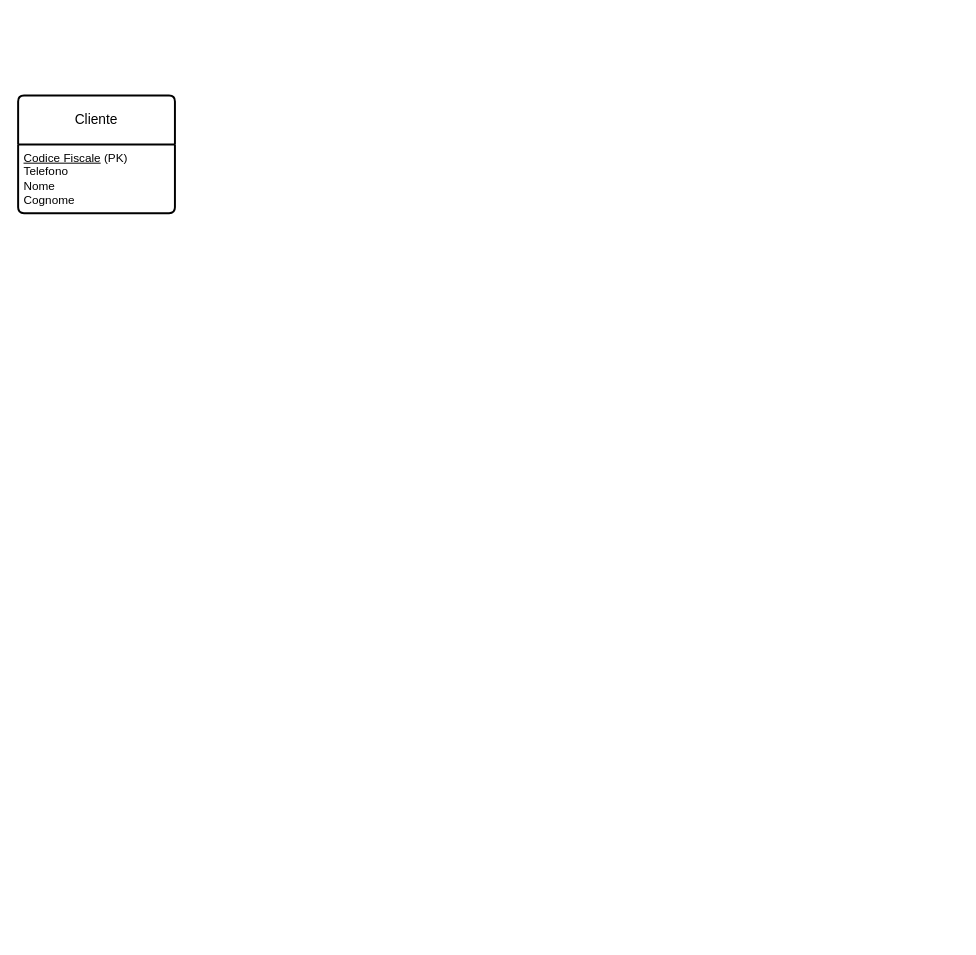
This is Officina/Diagramma senza titolo.drawio from AntoBorza/Progetti-Quinta, a draw.io file, before an edit. Source tidied: cells renumbered, new cells numbered last; positions are measured from the earlier drawing's top-left corner, leaving out a move shared by most shapes. Both pictures are drawn from the tidied source at 98%, with x=0, y=0 at pixel (18, 95).
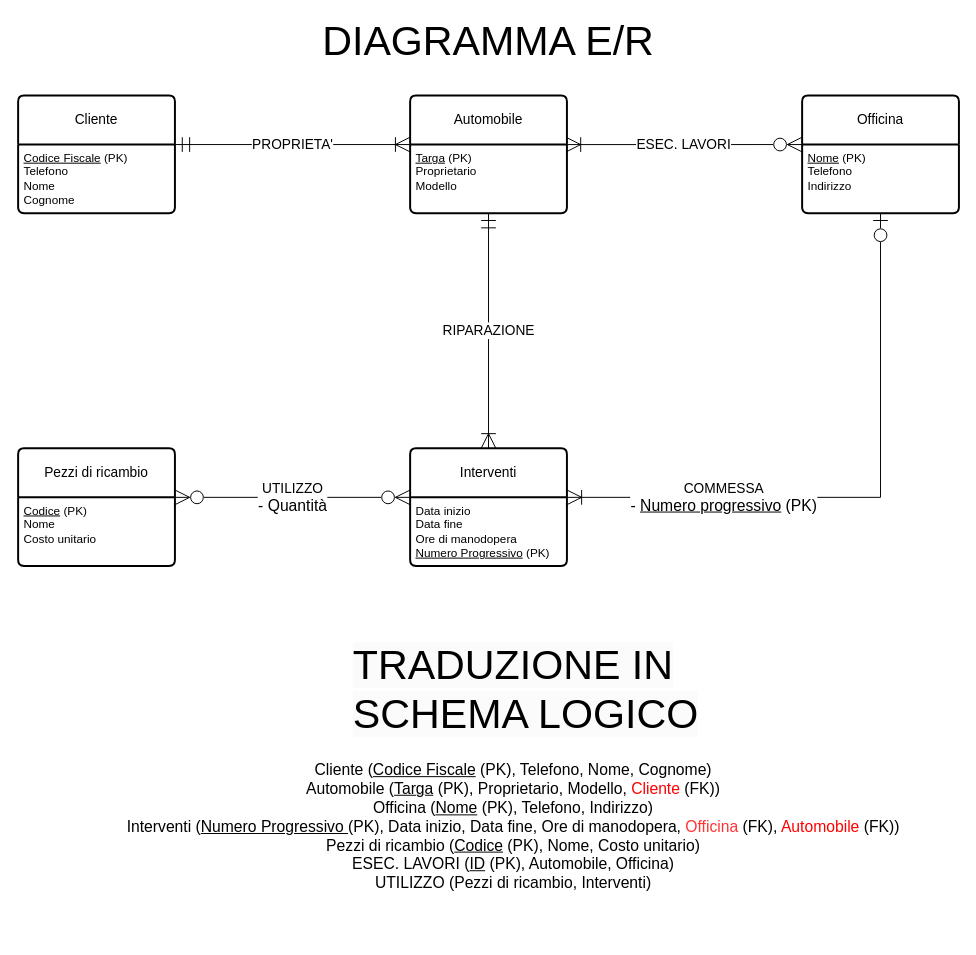
The same page after the edit.

The change refers to these unchanged cells:
```xml
<mxCell id="3" value="&lt;u&gt;Codice Fiscale&lt;/u&gt; (PK)&lt;div&gt;Telefono&lt;/div&gt;&lt;div&gt;Nome&lt;/div&gt;&lt;div&gt;Cognome&lt;/div&gt;" style="align=left;strokeColor=none;fillColor=none;spacingLeft=4;fontSize=12;verticalAlign=top;html=1;" parent="2" vertex="1">
  <mxGeometry y="50" width="160" height="70" as="geometry" />
</mxCell>
```

What changed in the source:
```diff
@@
+    <mxCell id="4" value="Automobile" style="swimlane;horizontal=1;startSize=50;rounded=1;fontSize=14;fontStyle=0;strokeWidth=2;shadow=0;dashed=0;align=center;arcSize=4;whiteSpace=wrap;html=1;" parent="1" vertex="1">
+      <mxGeometry x="400" width="160" height="120" as="geometry" />
+    </mxCell>
+    <mxCell id="5" value="&lt;u&gt;Targa&lt;/u&gt; (PK)&lt;div&gt;Proprietario&lt;/div&gt;&lt;div&gt;Modello&lt;/div&gt;" style="align=left;strokeColor=none;fillColor=none;spacingLeft=4;fontSize=12;verticalAlign=top;html=1;" parent="4" vertex="1">
+      <mxGeometry y="50" width="160" height="70" as="geometry" />
+    </mxCell>
+    <mxCell id="6" value="Officina" style="swimlane;horizontal=1;startSize=50;rounded=1;fontSize=14;fontStyle=0;strokeWidth=2;shadow=0;dashed=0;align=center;arcSize=4;whiteSpace=wrap;html=1;" parent="1" vertex="1">
+      <mxGeometry x="800" width="160" height="120" as="geometry" />
+    </mxCell>
+    <mxCell id="7" value="&lt;u&gt;Nome&lt;/u&gt; (PK)&lt;div&gt;Telefono&lt;/div&gt;&lt;div&gt;Indirizzo&lt;/div&gt;" style="align=left;strokeColor=none;fillColor=none;spacingLeft=4;fontSize=12;verticalAlign=top;html=1;" parent="6" vertex="1">
+      <mxGeometry y="50" width="160" height="70" as="geometry" />
+    </mxCell>
+    <mxCell id="8" value="&lt;font style=&quot;font-size: 14px;&quot;&gt;PROPRIETA'&lt;/font&gt;" style="endArrow=ERoneToMany;html=1;rounded=0;exitX=1;exitY=0;exitDx=0;exitDy=0;entryX=0;entryY=0;entryDx=0;entryDy=0;startArrow=ERmandOne;startFill=0;sourcePerimeterSpacing=0;startSize=13;endFill=0;endSize=13;" parent="1" edge="1" source="3" target="5">
+      <mxGeometry relative="1" as="geometry" />
+    </mxCell>
+    <mxCell id="9" value="&lt;font style=&quot;font-size: 14px;&quot;&gt;ESEC. LAVORI&lt;/font&gt;" style="endArrow=ERzeroToMany;html=1;rounded=0;exitX=0.994;exitY=0.417;exitDx=0;exitDy=0;exitPerimeter=0;entryX=0;entryY=0;entryDx=0;entryDy=0;endSize=13;startSize=13;endFill=0;startArrow=ERoneToMany;startFill=0;" parent="1" edge="1" source="4" target="7">
+      <mxGeometry relative="1" as="geometry" />
+    </mxCell>
+    <mxCell id="10" value="Interventi" style="swimlane;horizontal=1;startSize=50;rounded=1;fontSize=14;fontStyle=0;strokeWidth=2;shadow=0;dashed=0;align=center;arcSize=4;whiteSpace=wrap;html=1;" parent="1" vertex="1">
+      <mxGeometry x="400" y="360" width="160" height="120" as="geometry" />
+    </mxCell>
+    <mxCell id="11" value="Data inizio&lt;div&gt;Data fine&lt;/div&gt;&lt;div&gt;Ore di manodopera&lt;/div&gt;&lt;div&gt;&lt;u&gt;Numero Progressivo&lt;/u&gt; (PK)&lt;/div&gt;" style="align=left;strokeColor=none;fillColor=none;spacingLeft=4;fontSize=12;verticalAlign=top;html=1;" parent="10" vertex="1">
+      <mxGeometry y="50" width="160" height="70" as="geometry" />
+    </mxCell>
+    <mxCell id="12" value="&lt;font style=&quot;font-size: 14px;&quot;&gt;RIPARAZIONE&lt;/font&gt;" style="endArrow=ERoneToMany;html=1;rounded=0;exitX=0.5;exitY=1;exitDx=0;exitDy=0;entryX=0.5;entryY=0;entryDx=0;entryDy=0;endSize=13;startSize=13;endFill=0;startArrow=ERmandOne;startFill=0;" parent="1" edge="1" source="5" target="10">
+      <mxGeometry relative="1" as="geometry" />
+    </mxCell>
+    <mxCell id="13" value="Pezzi di ricambio" style="swimlane;horizontal=1;startSize=50;rounded=1;fontSize=14;fontStyle=0;strokeWidth=2;shadow=0;dashed=0;align=center;arcSize=4;whiteSpace=wrap;html=1;" parent="1" vertex="1">
+      <mxGeometry y="360" width="160" height="120" as="geometry" />
+    </mxCell>
+    <mxCell id="14" value="&lt;u&gt;Codice&lt;/u&gt; (PK)&lt;div&gt;Nome&lt;/div&gt;&lt;div&gt;Costo unitario&lt;/div&gt;" style="align=left;strokeColor=none;fillColor=none;spacingLeft=4;fontSize=12;verticalAlign=top;html=1;" parent="13" vertex="1">
+      <mxGeometry y="50" width="160" height="70" as="geometry" />
+    </mxCell>
+    <mxCell id="15" value="&lt;font style=&quot;font-size: 14px;&quot;&gt;UTILIZZO&lt;/font&gt;&lt;div&gt;&lt;font size=&quot;3&quot;&gt;- Quantità&lt;/font&gt;&lt;/div&gt;" style="endArrow=ERzeroToMany;html=1;rounded=0;exitX=1;exitY=0;exitDx=0;exitDy=0;entryX=0;entryY=0;entryDx=0;entryDy=0;endSize=13;startSize=13;endFill=0;startArrow=ERzeroToMany;startFill=0;" parent="1" edge="1" source="14" target="11">
+      <mxGeometry relative="1" as="geometry" />
+    </mxCell>
+    <mxCell id="16" style="endArrow=none;html=1;rounded=0;exitX=0.5;exitY=1;exitDx=0;exitDy=0;startArrow=ERzeroToOne;startFill=0;endSize=13;startSize=13;" parent="1" edge="1" source="7">
+      <mxGeometry relative="1" as="geometry">
+        <mxPoint x="880" y="410" as="targetPoint" />
+      </mxGeometry>
+    </mxCell>
+    <mxCell id="17" value="&lt;font style=&quot;font-size: 14px;&quot;&gt;COMMESSA&lt;/font&gt;&lt;div&gt;&lt;font size=&quot;3&quot;&gt;- &lt;u&gt;Numero progressivo&lt;/u&gt; (PK)&lt;/font&gt;&lt;/div&gt;" style="endArrow=none;html=1;rounded=0;exitX=1;exitY=0;exitDx=0;exitDy=0;startSize=13;endSize=13;endFill=0;startArrow=ERoneToMany;startFill=0;" parent="1" edge="1" source="11">
+      <mxGeometry relative="1" as="geometry">
+        <mxPoint x="880" y="410" as="targetPoint" />
+      </mxGeometry>
+    </mxCell>
+    <mxCell id="18" value="&lt;font style=&quot;font-size: 42px;&quot;&gt;DIAGRAMMA E/R&lt;/font&gt;" style="text;html=1;align=center;verticalAlign=middle;whiteSpace=wrap;rounded=0;" parent="1" vertex="1">
+      <mxGeometry x="305" y="-70" width="350" height="30" as="geometry" />
+    </mxCell>
+    <mxCell id="19" value="&lt;span style=&quot;color: rgb(0, 0, 0); font-family: Helvetica; font-size: 42px; font-style: normal; font-variant-ligatures: normal; font-variant-caps: normal; font-weight: 400; letter-spacing: normal; orphans: 2; text-align: center; text-indent: 0px; text-transform: none; widows: 2; word-spacing: 0px; -webkit-text-stroke-width: 0px; white-space: normal; background-color: rgb(251, 251, 251); text-decoration-thickness: initial; text-decoration-style: initial; text-decoration-color: initial; display: inline !important; float: none;&quot;&gt;TRADUZIONE IN SCHEMA LOGICO&lt;/span&gt;" style="text;whiteSpace=wrap;html=1;" parent="1" vertex="1">
+      <mxGeometry x="340" y="550" width="370" height="70" as="geometry" />
+    </mxCell>
+    <mxCell id="20" value="&lt;font style=&quot;font-size: 16px;&quot;&gt;Cliente (&lt;u style=&quot;&quot;&gt;Codice Fiscale&lt;/u&gt; (PK), Telefono, Nome, Cognome)&lt;/font&gt;&lt;div&gt;&lt;font size=&quot;3&quot;&gt;Automobile (&lt;u&gt;Targa&lt;/u&gt; (PK), Proprietario, Modello, &lt;font color=&quot;#ff0000&quot;&gt;Cliente&lt;/font&gt; (FK))&lt;/font&gt;&lt;/div&gt;&lt;div&gt;&lt;font size=&quot;3&quot;&gt;Officina (&lt;u&gt;Nome&lt;/u&gt; (PK), Telefono, Indirizzo)&lt;/font&gt;&lt;/div&gt;&lt;div&gt;&lt;font size=&quot;3&quot;&gt;Interventi (&lt;u style=&quot;&quot;&gt;Numero Progressivo &lt;/u&gt;(PK), Data inizio, Data fine, Ore di manodopera, &lt;font color=&quot;#ff3333&quot;&gt;Officina&lt;/font&gt; (FK), &lt;font color=&quot;#ff0000&quot;&gt;Automobile&lt;/font&gt; (FK))&lt;/font&gt;&lt;/div&gt;&lt;div&gt;&lt;font size=&quot;3&quot;&gt;Pezzi di ricambio (&lt;u&gt;Codice&lt;/u&gt; (PK), Nome, Costo unitario)&lt;/font&gt;&lt;/div&gt;&lt;div&gt;&lt;font size=&quot;3&quot;&gt;ESEC. LAVORI (&lt;u&gt;ID&lt;/u&gt; (PK), Automobile, Officina&lt;/font&gt;&lt;span style=&quot;font-size: medium; background-color: initial;&quot;&gt;)&lt;/span&gt;&lt;/div&gt;&lt;div&gt;&lt;span style=&quot;font-size: medium; background-color: initial;&quot;&gt;UTILIZZO (Pezzi di ricambio, Interventi)&lt;/span&gt;&lt;/div&gt;&lt;div&gt;&lt;span style=&quot;font-size: medium; background-color: initial;&quot;&gt;&lt;br&gt;&lt;/span&gt;&lt;/div&gt;&lt;div&gt;&lt;span style=&quot;font-size: medium; background-color: initial;&quot;&gt;&lt;br&gt;&lt;/span&gt;&lt;/div&gt;" style="text;html=1;align=center;verticalAlign=middle;strokeColor=none;fillColor=none;" parent="1" vertex="1">
+      <mxGeometry x="100" y="670" width="810" height="190" as="geometry" />
+    </mxCell>
```
